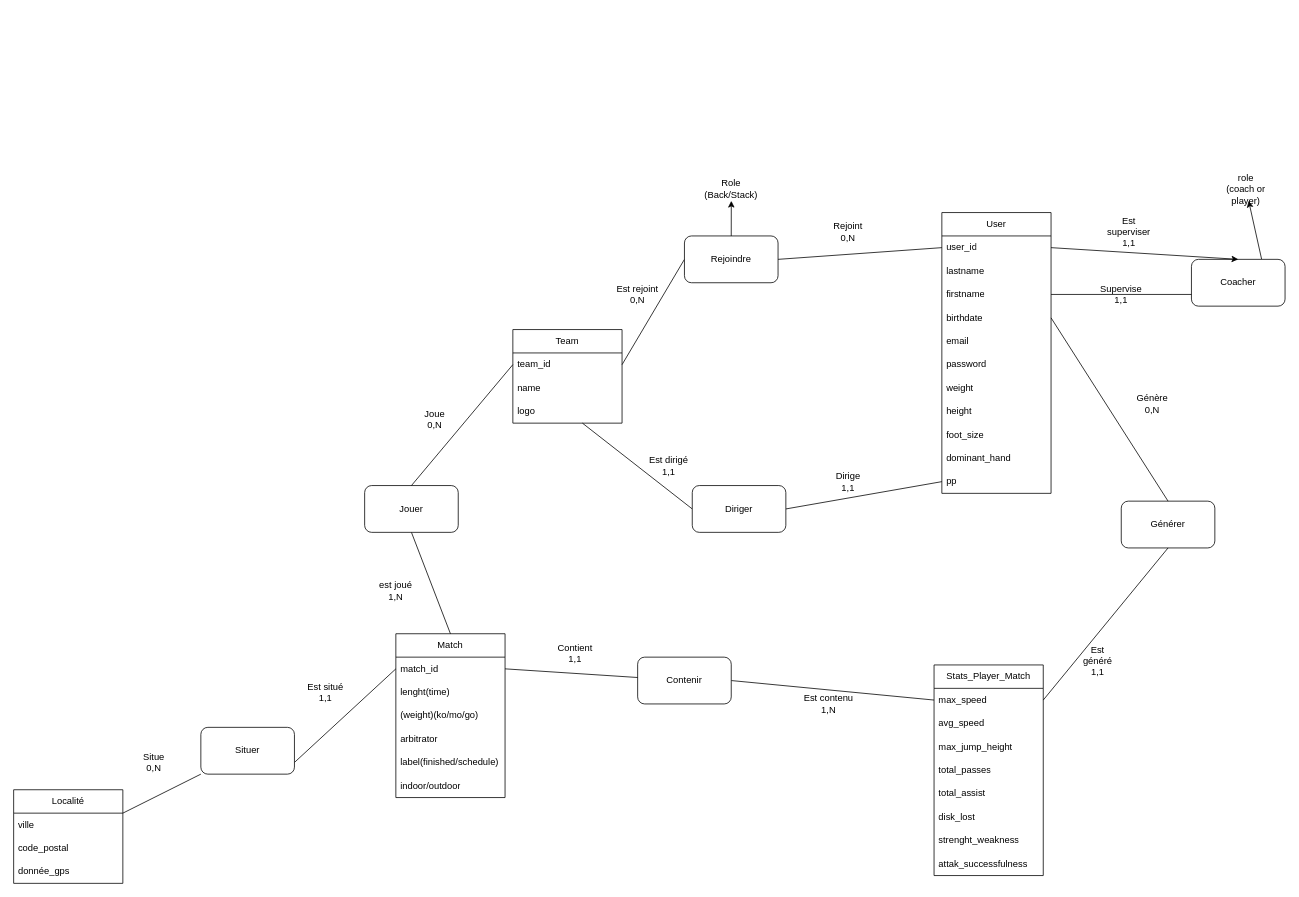
This is DB/DB.dio from Saint-Patic/Projet-d-integration-2025-2026, a draw.io file, before an edit. Source tidied: cells renumbered, new cells numbered last; positions are measured from the earlier drawing's top-left corner, leaving out a move shared by most shapes. Both pictures are drawn from the tidied source at 78%, with x=0, y=0 at pixel (13, 177).
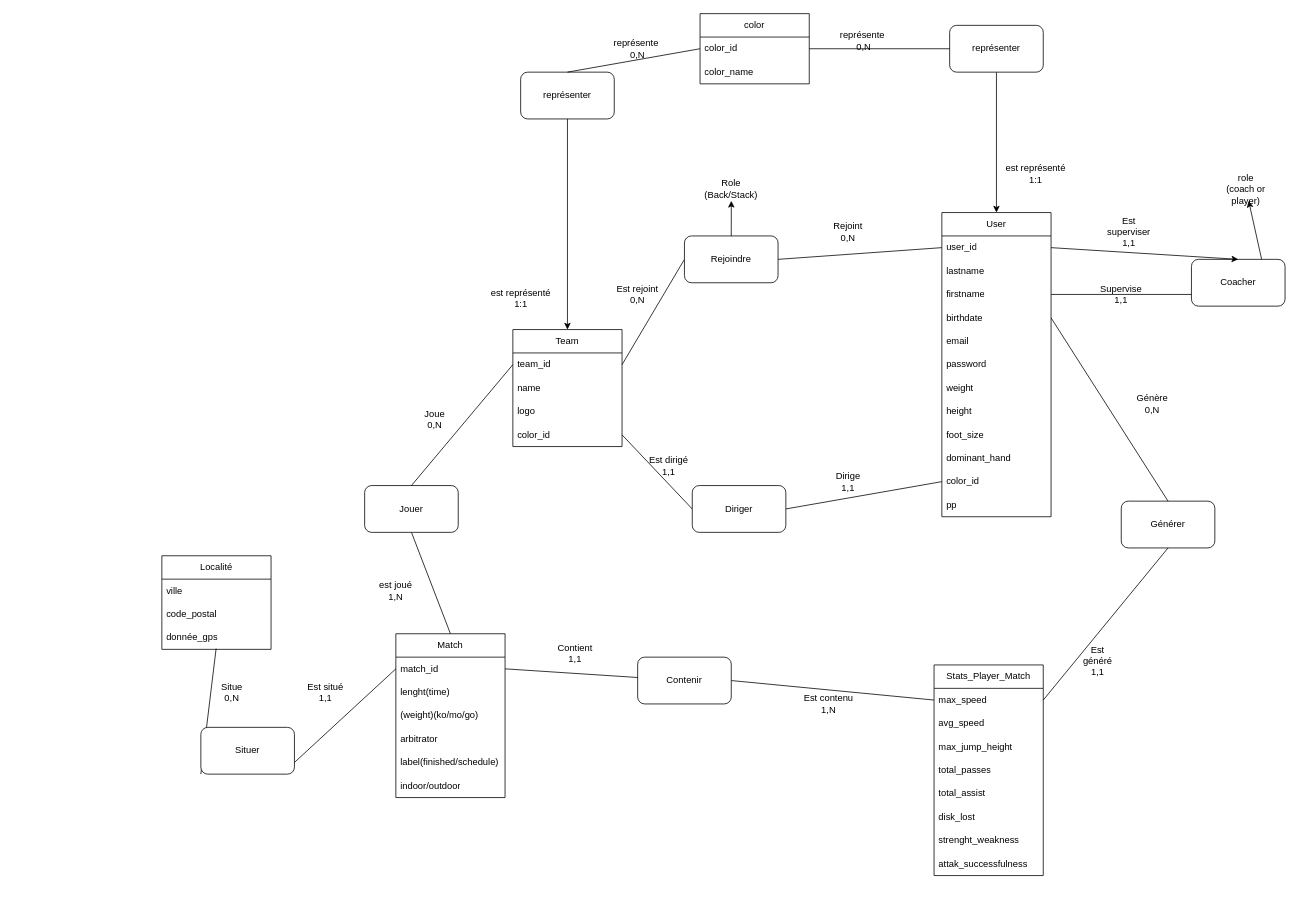
Above is the later version.

Commit message:
ajout de la table color

The change refers to these unchanged cells:
```xml
<mxCell id="33" value="logo" style="text;strokeColor=none;fillColor=none;align=left;verticalAlign=middle;spacingLeft=4;spacingRight=4;overflow=hidden;points=[[0,0.5],[1,0.5]];portConstraint=eastwest;whiteSpace=wrap;html=1;" parent="30" vertex="1">
  <mxGeometry y="90" width="140" height="30" as="geometry" />
</mxCell>
<mxCell id="45" value="Diriger" style="rounded=1;whiteSpace=wrap;html=1;" parent="1" vertex="1">
  <mxGeometry x="870" y="395" width="120" height="60" as="geometry" />
</mxCell>
<mxCell id="68" value="donnée_gps" style="text;strokeColor=none;fillColor=none;align=left;verticalAlign=middle;spacingLeft=4;spacingRight=4;overflow=hidden;points=[[0,0.5],[1,0.5]];portConstraint=eastwest;whiteSpace=wrap;html=1;" parent="65" vertex="1">
  <mxGeometry y="90" width="140" height="30" as="geometry" />
</mxCell>
<mxCell id="71" value="Situer" style="rounded=1;whiteSpace=wrap;html=1;" parent="1" vertex="1">
  <mxGeometry x="240" y="705" width="120" height="60" as="geometry" />
</mxCell>
```

What changed in the source:
```diff
@@
     <mxCell id="11" value="User" style="swimlane;fontStyle=0;horizontal=1;startSize=30;whiteSpace=wrap;html=1;" parent="1" vertex="1">
-      <mxGeometry x="1190" y="45" width="140" height="360" as="geometry" />
+      <mxGeometry x="1190" y="45" width="140" height="390" as="geometry" />
     </mxCell>
@@
+    <mxCell id="77" value="color_id" style="text;strokeColor=none;fillColor=none;align=left;verticalAlign=middle;spacingLeft=4;spacingRight=4;overflow=hidden;whiteSpace=wrap;html=1;" parent="11" vertex="1">
+      <mxGeometry y="330" width="140" height="30" as="geometry" />
+    </mxCell>
     <mxCell id="22" value="pp" style="text;strokeColor=none;fillColor=none;align=left;verticalAlign=middle;spacingLeft=4;spacingRight=4;overflow=hidden;whiteSpace=wrap;html=1;" parent="11" vertex="1">
-      <mxGeometry y="330" width="140" height="30" as="geometry" />
+      <mxGeometry y="360" width="140" height="30" as="geometry" />
     </mxCell>
@@
     <mxCell id="30" value="Team" style="swimlane;fontStyle=0;horizontal=1;startSize=30;whiteSpace=wrap;html=1;" parent="1" vertex="1">
-      <mxGeometry x="640" y="195" width="140" height="120" as="geometry" />
+      <mxGeometry x="640" y="195" width="140" height="150" as="geometry" />
     </mxCell>
@@
+    <mxCell id="78" value="color_id" style="text;strokeColor=none;fillColor=none;align=left;verticalAlign=middle;spacingLeft=4;spacingRight=4;overflow=hidden;points=[[0,0.5],[1,0.5]];portConstraint=eastwest;whiteSpace=wrap;html=1;" parent="30" vertex="1">
+      <mxGeometry y="120" width="140" height="30" as="geometry" />
+    </mxCell>
@@
-    <mxCell id="44" style="edgeStyle=none;html=1;exitX=0;exitY=0.5;exitDx=0;exitDy=0;endArrow=none;endFill=0;" parent="1" edge="1" source="45" target="33">
+    <mxCell id="44" style="edgeStyle=none;html=1;exitX=0;exitY=0.5;exitDx=0;exitDy=0;endArrow=none;endFill=0;entryX=1;entryY=0.5;entryDx=0;entryDy=0;" parent="1" edge="1" source="45" target="78">
       <mxGeometry relative="1" as="geometry" />
     </mxCell>
@@
     <mxCell id="65" value="Localité" style="swimlane;fontStyle=0;horizontal=1;startSize=30;whiteSpace=wrap;html=1;" parent="1" vertex="1">
-      <mxGeometry y="785" width="140" height="120" as="geometry" />
+      <mxGeometry x="190" y="485" width="140" height="120" as="geometry" />
     </mxCell>
@@
-    <mxCell id="70" style="edgeStyle=none;html=1;exitX=0;exitY=1;exitDx=0;exitDy=0;entryX=1;entryY=0.25;entryDx=0;entryDy=0;endArrow=none;endFill=0;" parent="1" edge="1" source="71" target="65">
+    <mxCell id="70" style="edgeStyle=none;html=1;exitX=0;exitY=1;exitDx=0;exitDy=0;entryX=0.497;entryY=0.968;entryDx=0;entryDy=0;endArrow=none;endFill=0;entryPerimeter=0;" parent="1" edge="1" source="71" target="68">
       <mxGeometry relative="1" as="geometry" />
     </mxCell>
@@
     <mxCell id="76" value="&lt;div&gt;Situe&lt;/div&gt;0,N" style="text;html=1;align=center;verticalAlign=middle;whiteSpace=wrap;rounded=0;" parent="1" vertex="1">
-      <mxGeometry x="150" y="735" width="60" height="30" as="geometry" />
+      <mxGeometry x="250" y="645" width="60" height="30" as="geometry" />
     </mxCell>
+    <mxCell id="79" value="color" style="swimlane;fontStyle=0;horizontal=1;startSize=30;whiteSpace=wrap;html=1;" parent="1" vertex="1">
+      <mxGeometry x="880" y="-210" width="140" height="90" as="geometry" />
+    </mxCell>
+    <mxCell id="80" value="color_id" style="text;strokeColor=none;fillColor=none;align=left;verticalAlign=middle;spacingLeft=4;spacingRight=4;overflow=hidden;points=[[0,0.5],[1,0.5]];portConstraint=eastwest;whiteSpace=wrap;html=1;" parent="79" vertex="1">
+      <mxGeometry y="30" width="140" height="30" as="geometry" />
+    </mxCell>
+    <mxCell id="81" value="color_name" style="text;strokeColor=none;fillColor=none;align=left;verticalAlign=middle;spacingLeft=4;spacingRight=4;overflow=hidden;whiteSpace=wrap;html=1;" parent="79" vertex="1">
+      <mxGeometry y="60" width="140" height="30" as="geometry" />
+    </mxCell>
+    <mxCell id="82" style="edgeStyle=none;html=1;exitX=0.5;exitY=1;exitDx=0;exitDy=0;" parent="1" edge="1" source="83" target="30">
+      <mxGeometry relative="1" as="geometry" />
+    </mxCell>
+    <mxCell id="83" value="représenter" style="rounded=1;whiteSpace=wrap;html=1;" parent="1" vertex="1">
+      <mxGeometry x="650" y="-135" width="120" height="60" as="geometry" />
+    </mxCell>
+    <mxCell id="84" style="edgeStyle=none;html=1;entryX=0.5;entryY=0;entryDx=0;entryDy=0;" parent="1" edge="1" source="85" target="11">
+      <mxGeometry relative="1" as="geometry" />
+    </mxCell>
+    <mxCell id="85" value="représenter" style="rounded=1;whiteSpace=wrap;html=1;" parent="1" vertex="1">
+      <mxGeometry x="1200" y="-195" width="120" height="60" as="geometry" />
+    </mxCell>
+    <mxCell id="86" style="edgeStyle=none;html=1;exitX=1;exitY=0.5;exitDx=0;exitDy=0;endArrow=none;endFill=0;" parent="1" edge="1" source="80" target="85">
+      <mxGeometry relative="1" as="geometry" />
+    </mxCell>
+    <mxCell id="87" style="edgeStyle=none;html=1;exitX=0;exitY=0.5;exitDx=0;exitDy=0;entryX=0.5;entryY=0;entryDx=0;entryDy=0;endArrow=none;endFill=0;" parent="1" edge="1" source="80" target="83">
+      <mxGeometry relative="1" as="geometry" />
+    </mxCell>
+    <mxCell id="88" value="est représenté&lt;div&gt;1:1&lt;/div&gt;" style="text;html=1;align=center;verticalAlign=middle;strokeColor=none;fillColor=none;" parent="1" vertex="1">
+      <mxGeometry x="1260" y="-25" width="100" height="40" as="geometry" />
+    </mxCell>
+    <mxCell id="89" value="représente&amp;nbsp;&lt;div&gt;0,N&lt;/div&gt;" style="text;html=1;align=center;verticalAlign=middle;whiteSpace=wrap;rounded=0;" parent="1" vertex="1">
+      <mxGeometry x="1060" y="-190" width="60" height="30" as="geometry" />
+    </mxCell>
+    <mxCell id="90" value="représente&amp;nbsp;&lt;div&gt;0,N&lt;/div&gt;" style="text;html=1;align=center;verticalAlign=middle;whiteSpace=wrap;rounded=0;" parent="1" vertex="1">
+      <mxGeometry x="770" y="-180" width="60" height="30" as="geometry" />
+    </mxCell>
+    <mxCell id="91" value="est représenté&lt;div&gt;1:1&lt;/div&gt;" style="text;html=1;align=center;verticalAlign=middle;strokeColor=none;fillColor=none;" parent="1" vertex="1">
+      <mxGeometry x="600" y="135" width="100" height="40" as="geometry" />
+    </mxCell>
```
